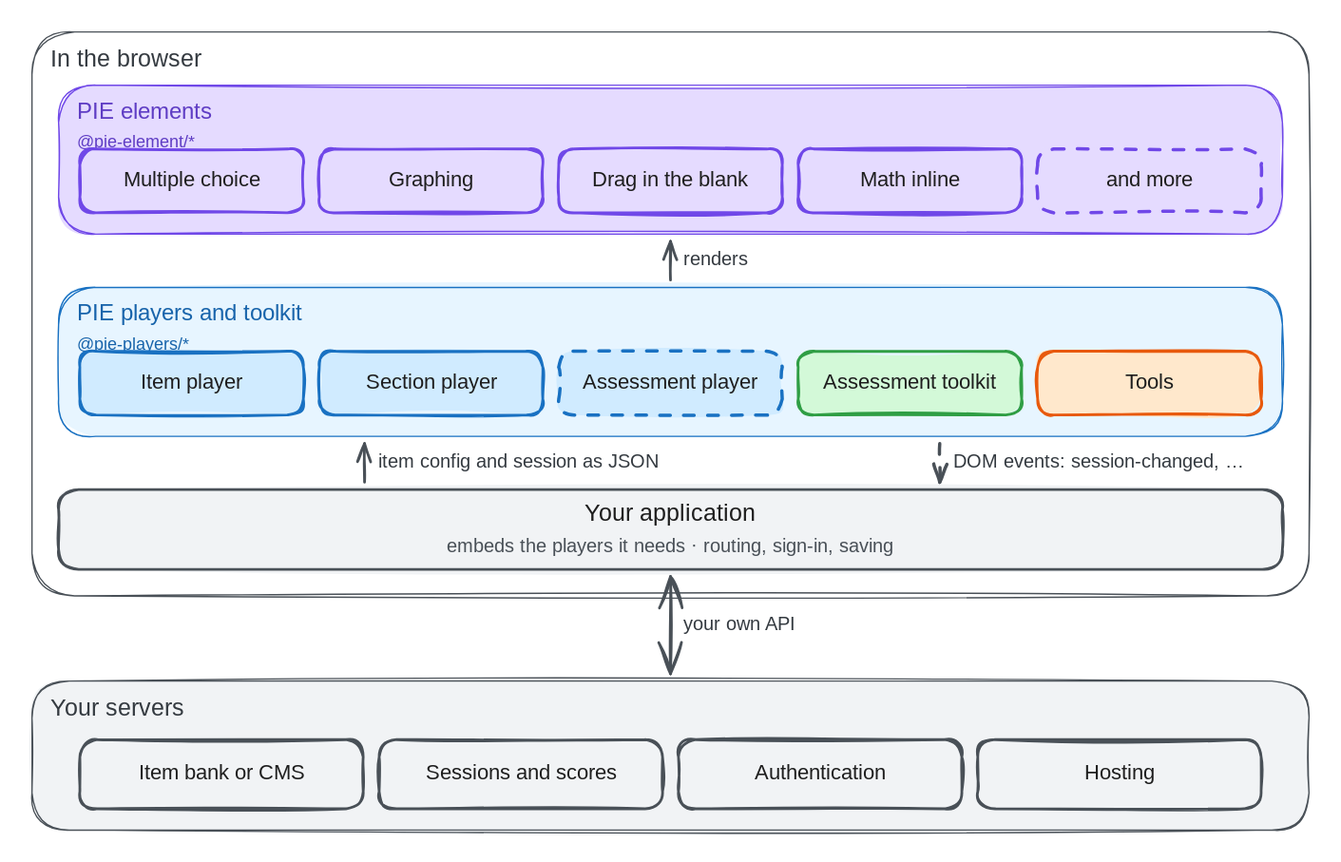
Above: packages/pie-website-app/static/images/diagrams/home-browser-backend.excalidraw.svg in pie-framework/pie-website-ng (Excalidraw), before the change. Source tidied: one line per element, renumbered; positions are measured from the earlier drawing's top-left corner, leaving out a move shared by most shapes.
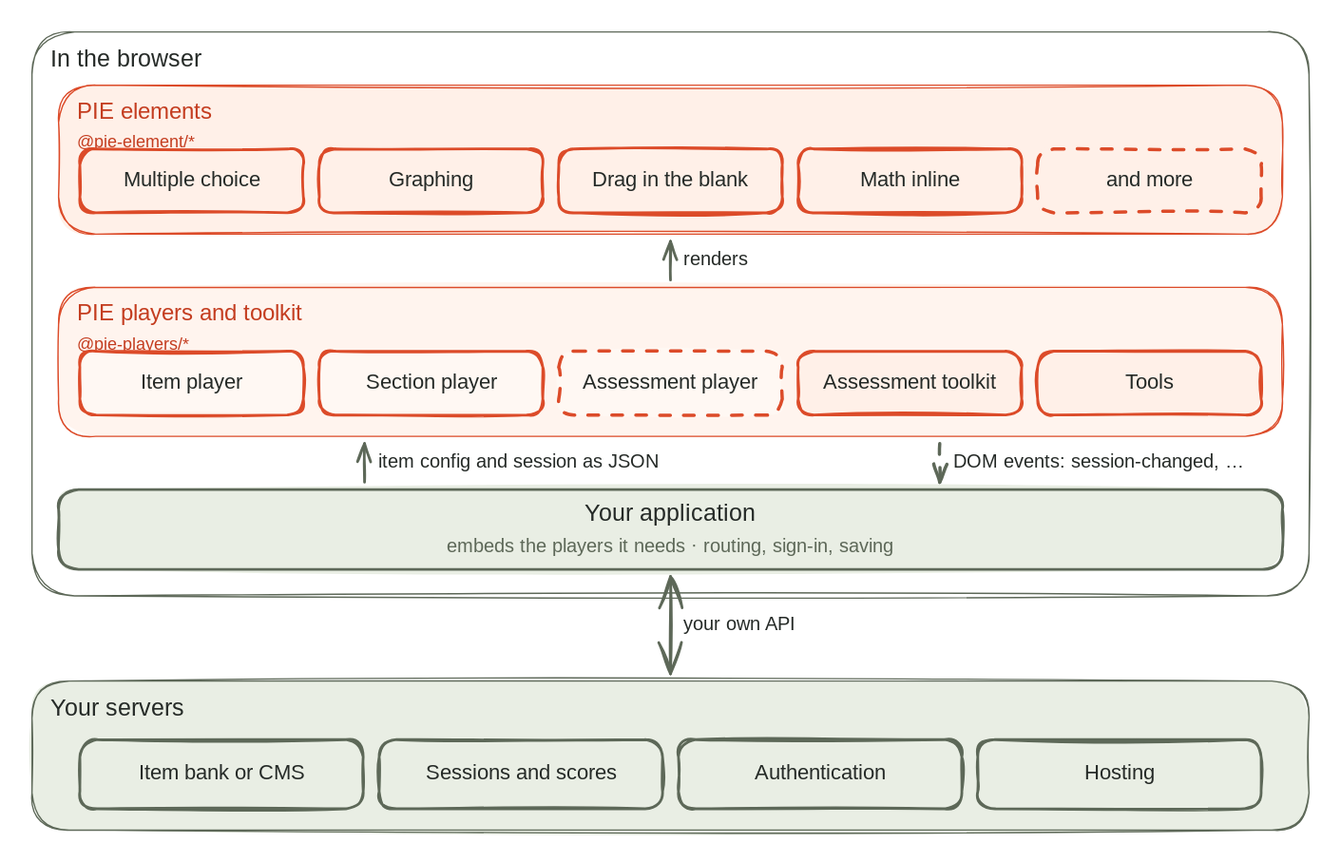
Later version of the same file.

Diff of the diagram source:
```diff
@@ -1,49 +1,49 @@
-{"id": 0, "type": "rectangle", "strokeColor": "#495057", "backgroundColor": "#ffffff", "fillStyle": "solid", "strokeWidth": 1, "roughness": 1, "round": true, "x": 0, "y": 0, "width": 960, "height": 424}
+{"id": 0, "type": "rectangle", "strokeColor": "#5d6858", "backgroundColor": "#ffffff", "fillStyle": "solid", "strokeWidth": 1, "roughness": 1, "round": true, "x": 0, "y": 0, "width": 960, "height": 424}
-{"id": 1, "type": "text", "text": "In the browser", "strokeColor": "#343a40", "strokeWidth": 2, "roughness": 1, "fontSize": 18, "fontFamily": 5, "x": 14, "y": 10, "width": 131, "height": 22}
+{"id": 1, "type": "text", "text": "In the browser", "strokeColor": "#252a27", "strokeWidth": 2, "roughness": 1, "fontSize": 18, "fontFamily": 5, "x": 14, "y": 10, "width": 131, "height": 22}
-{"id": 2, "type": "rectangle", "strokeColor": "#7048e8", "backgroundColor": "#e5dbff", "fillStyle": "solid", "strokeWidth": 1, "roughness": 1, "round": true, "x": 20, "y": 40, "width": 920, "height": 112}
+{"id": 2, "type": "rectangle", "strokeColor": "#dc4b29", "backgroundColor": "#fff0e8", "fillStyle": "solid", "strokeWidth": 1, "roughness": 1, "round": true, "x": 20, "y": 40, "width": 920, "height": 112}
-{"id": 3, "type": "text", "text": "PIE elements", "strokeColor": "#5f3dc4", "strokeWidth": 2, "roughness": 1, "fontSize": 17, "fontFamily": 5, "x": 34, "y": 50, "width": 110, "height": 21}
+{"id": 3, "type": "text", "text": "PIE elements", "strokeColor": "#c43d20", "strokeWidth": 2, "roughness": 1, "fontSize": 17, "fontFamily": 5, "x": 34, "y": 50, "width": 110, "height": 21}
-{"id": 4, "type": "text", "text": "@pie-element/*", "strokeColor": "#5f3dc4", "strokeWidth": 2, "roughness": 1, "fontSize": 13, "fontFamily": 8, "x": 34, "y": 75, "width": 100, "height": 16}
+{"id": 4, "type": "text", "text": "@pie-element/*", "strokeColor": "#c43d20", "strokeWidth": 2, "roughness": 1, "fontSize": 13, "fontFamily": 8, "x": 34, "y": 75, "width": 100, "height": 16}
-{"id": 5, "type": "rectangle", "strokeColor": "#1971c2", "backgroundColor": "#e7f5ff", "fillStyle": "solid", "strokeWidth": 1, "roughness": 1, "round": true, "x": 20, "y": 192, "width": 920, "height": 112}
+{"id": 5, "type": "rectangle", "strokeColor": "#dc4b29", "backgroundColor": "#fff4ee", "fillStyle": "solid", "strokeWidth": 1, "roughness": 1, "round": true, "x": 20, "y": 192, "width": 920, "height": 112}
-{"id": 6, "type": "text", "text": "PIE players and toolkit", "strokeColor": "#1864ab", "strokeWidth": 2, "roughness": 1, "fontSize": 17, "fontFamily": 5, "x": 34, "y": 202, "width": 196, "height": 21}
+{"id": 6, "type": "text", "text": "PIE players and toolkit", "strokeColor": "#c43d20", "strokeWidth": 2, "roughness": 1, "fontSize": 17, "fontFamily": 5, "x": 34, "y": 202, "width": 196, "height": 21}
-{"id": 7, "type": "text", "text": "@pie-players/*", "strokeColor": "#1864ab", "strokeWidth": 2, "roughness": 1, "fontSize": 13, "fontFamily": 8, "x": 34, "y": 227, "width": 100, "height": 16}
+{"id": 7, "type": "text", "text": "@pie-players/*", "strokeColor": "#c43d20", "strokeWidth": 2, "roughness": 1, "fontSize": 13, "fontFamily": 8, "x": 34, "y": 227, "width": 100, "height": 16}
-{"id": 8, "type": "rectangle", "strokeColor": "#495057", "backgroundColor": "#f1f3f5", "fillStyle": "solid", "strokeWidth": 1, "roughness": 1, "round": true, "x": 0, "y": 488, "width": 960, "height": 112}
+{"id": 8, "type": "rectangle", "strokeColor": "#5d6858", "backgroundColor": "#e9eee4", "fillStyle": "solid", "strokeWidth": 1, "roughness": 1, "round": true, "x": 0, "y": 488, "width": 960, "height": 112}
-{"id": 9, "type": "text", "text": "Your servers", "strokeColor": "#343a40", "strokeWidth": 2, "roughness": 1, "fontSize": 18, "fontFamily": 5, "x": 14, "y": 498, "width": 108, "height": 22}
+{"id": 9, "type": "text", "text": "Your servers", "strokeColor": "#252a27", "strokeWidth": 2, "roughness": 1, "fontSize": 18, "fontFamily": 5, "x": 14, "y": 498, "width": 108, "height": 22}
-{"id": 10, "type": "rectangle", "strokeColor": "#7048e8", "backgroundColor": "#e5dbff", "fillStyle": "solid", "strokeWidth": 2, "roughness": 1, "round": true, "x": 36, "y": 88, "width": 168, "height": 48}
+{"id": 10, "type": "rectangle", "strokeColor": "#dc4b29", "backgroundColor": "#fff0e8", "fillStyle": "solid", "strokeWidth": 2, "roughness": 1, "round": true, "x": 36, "y": 88, "width": 168, "height": 48}
-{"id": 11, "type": "text", "text": "Multiple choice", "strokeColor": "#1e1e1e", "strokeWidth": 2, "roughness": 1, "fontSize": 16, "fontFamily": 5, "textAlign": "center", "x": 64, "y": 102, "width": 112, "height": 20}
+{"id": 11, "type": "text", "text": "Multiple choice", "strokeColor": "#252a27", "strokeWidth": 2, "roughness": 1, "fontSize": 16, "fontFamily": 5, "textAlign": "center", "x": 64, "y": 102, "width": 112, "height": 20}
-{"id": 12, "type": "rectangle", "strokeColor": "#7048e8", "backgroundColor": "#e5dbff", "fillStyle": "solid", "strokeWidth": 2, "roughness": 1, "round": true, "x": 216, "y": 88, "width": 168, "height": 48}
+{"id": 12, "type": "rectangle", "strokeColor": "#dc4b29", "backgroundColor": "#fff0e8", "fillStyle": "solid", "strokeWidth": 2, "roughness": 1, "round": true, "x": 216, "y": 88, "width": 168, "height": 48}
-{"id": 13, "type": "text", "text": "Graphing", "strokeColor": "#1e1e1e", "strokeWidth": 2, "roughness": 1, "fontSize": 16, "fontFamily": 5, "textAlign": "center", "x": 267, "y": 102, "width": 67, "height": 20}
+{"id": 13, "type": "text", "text": "Graphing", "strokeColor": "#252a27", "strokeWidth": 2, "roughness": 1, "fontSize": 16, "fontFamily": 5, "textAlign": "center", "x": 267, "y": 102, "width": 67, "height": 20}
-{"id": 14, "type": "rectangle", "strokeColor": "#7048e8", "backgroundColor": "#e5dbff", "fillStyle": "solid", "strokeWidth": 2, "roughness": 1, "round": true, "x": 396, "y": 88, "width": 168, "height": 48}
+{"id": 14, "type": "rectangle", "strokeColor": "#dc4b29", "backgroundColor": "#fff0e8", "fillStyle": "solid", "strokeWidth": 2, "roughness": 1, "round": true, "x": 396, "y": 88, "width": 168, "height": 48}
-{"id": 15, "type": "text", "text": "Drag in the blank", "strokeColor": "#1e1e1e", "strokeWidth": 2, "roughness": 1, "fontSize": 16, "fontFamily": 5, "textAlign": "center", "x": 413, "y": 102, "width": 133, "height": 20}
+{"id": 15, "type": "text", "text": "Drag in the blank", "strokeColor": "#252a27", "strokeWidth": 2, "roughness": 1, "fontSize": 16, "fontFamily": 5, "textAlign": "center", "x": 413, "y": 102, "width": 133, "height": 20}
-{"id": 16, "type": "rectangle", "strokeColor": "#7048e8", "backgroundColor": "#e5dbff", "fillStyle": "solid", "strokeWidth": 2, "roughness": 1, "round": true, "x": 576, "y": 88, "width": 168, "height": 48}
+{"id": 16, "type": "rectangle", "strokeColor": "#dc4b29", "backgroundColor": "#fff0e8", "fillStyle": "solid", "strokeWidth": 2, "roughness": 1, "round": true, "x": 576, "y": 88, "width": 168, "height": 48}
-{"id": 17, "type": "text", "text": "Math inline", "strokeColor": "#1e1e1e", "strokeWidth": 2, "roughness": 1, "fontSize": 16, "fontFamily": 5, "textAlign": "center", "x": 619, "y": 102, "width": 83, "height": 20}
+{"id": 17, "type": "text", "text": "Math inline", "strokeColor": "#252a27", "strokeWidth": 2, "roughness": 1, "fontSize": 16, "fontFamily": 5, "textAlign": "center", "x": 619, "y": 102, "width": 83, "height": 20}
-{"id": 18, "type": "rectangle", "strokeColor": "#7048e8", "backgroundColor": "#e5dbff", "fillStyle": "solid", "strokeWidth": 2, "strokeStyle": "dashed", "roughness": 1, "round": true, "x": 756, "y": 88, "width": 168, "height": 48}
+{"id": 18, "type": "rectangle", "strokeColor": "#dc4b29", "backgroundColor": "#fff0e8", "fillStyle": "solid", "strokeWidth": 2, "strokeStyle": "dashed", "roughness": 1, "round": true, "x": 756, "y": 88, "width": 168, "height": 48}
-{"id": 19, "type": "text", "text": "and more", "strokeColor": "#1e1e1e", "strokeWidth": 2, "roughness": 1, "fontSize": 16, "fontFamily": 5, "textAlign": "center", "x": 806, "y": 102, "width": 69, "height": 20}
+{"id": 19, "type": "text", "text": "and more", "strokeColor": "#252a27", "strokeWidth": 2, "roughness": 1, "fontSize": 16, "fontFamily": 5, "textAlign": "center", "x": 806, "y": 102, "width": 69, "height": 20}
-{"id": 20, "type": "rectangle", "strokeColor": "#1971c2", "backgroundColor": "#d0ebff", "fillStyle": "solid", "strokeWidth": 2, "roughness": 1, "round": true, "x": 36, "y": 240, "width": 168, "height": 48}
+{"id": 20, "type": "rectangle", "strokeColor": "#dc4b29", "backgroundColor": "#fff8f3", "fillStyle": "solid", "strokeWidth": 2, "roughness": 1, "round": true, "x": 36, "y": 240, "width": 168, "height": 48}
-{"id": 21, "type": "text", "text": "Item player", "strokeColor": "#1e1e1e", "strokeWidth": 2, "roughness": 1, "fontSize": 16, "fontFamily": 5, "textAlign": "center", "x": 76, "y": 254, "width": 88, "height": 20}
+{"id": 21, "type": "text", "text": "Item player", "strokeColor": "#252a27", "strokeWidth": 2, "roughness": 1, "fontSize": 16, "fontFamily": 5, "textAlign": "center", "x": 76, "y": 254, "width": 88, "height": 20}
-{"id": 22, "type": "rectangle", "strokeColor": "#1971c2", "backgroundColor": "#d0ebff", "fillStyle": "solid", "strokeWidth": 2, "roughness": 1, "round": true, "x": 216, "y": 240, "width": 168, "height": 48}
+{"id": 22, "type": "rectangle", "strokeColor": "#dc4b29", "backgroundColor": "#fff8f3", "fillStyle": "solid", "strokeWidth": 2, "roughness": 1, "round": true, "x": 216, "y": 240, "width": 168, "height": 48}
-{"id": 23, "type": "text", "text": "Section player", "strokeColor": "#1e1e1e", "strokeWidth": 2, "roughness": 1, "fontSize": 16, "fontFamily": 5, "textAlign": "center", "x": 246, "y": 254, "width": 109, "height": 20}
+{"id": 23, "type": "text", "text": "Section player", "strokeColor": "#252a27", "strokeWidth": 2, "roughness": 1, "fontSize": 16, "fontFamily": 5, "textAlign": "center", "x": 246, "y": 254, "width": 109, "height": 20}
-{"id": 24, "type": "rectangle", "strokeColor": "#1971c2", "backgroundColor": "#d0ebff", "fillStyle": "solid", "strokeWidth": 2, "strokeStyle": "dashed", "roughness": 1, "round": true, "x": 396, "y": 240, "width": 168, "height": 48}
+{"id": 24, "type": "rectangle", "strokeColor": "#dc4b29", "backgroundColor": "#fff8f3", "fillStyle": "solid", "strokeWidth": 2, "strokeStyle": "dashed", "roughness": 1, "round": true, "x": 396, "y": 240, "width": 168, "height": 48}
-{"id": 25, "type": "text", "text": "Assessment player", "strokeColor": "#1e1e1e", "strokeWidth": 2, "roughness": 1, "fontSize": 16, "fontFamily": 5, "textAlign": "center", "x": 409, "y": 254, "width": 142, "height": 20}
+{"id": 25, "type": "text", "text": "Assessment player", "strokeColor": "#252a27", "strokeWidth": 2, "roughness": 1, "fontSize": 16, "fontFamily": 5, "textAlign": "center", "x": 409, "y": 254, "width": 142, "height": 20}
-{"id": 26, "type": "rectangle", "strokeColor": "#2f9e44", "backgroundColor": "#d3f9d8", "fillStyle": "solid", "strokeWidth": 2, "roughness": 1, "round": true, "x": 576, "y": 240, "width": 168, "height": 48}
+{"id": 26, "type": "rectangle", "strokeColor": "#dc4b29", "backgroundColor": "#fff0e8", "fillStyle": "solid", "strokeWidth": 2, "roughness": 1, "round": true, "x": 576, "y": 240, "width": 168, "height": 48}
-{"id": 27, "type": "text", "text": "Assessment toolkit", "strokeColor": "#1e1e1e", "strokeWidth": 2, "roughness": 1, "fontSize": 16, "fontFamily": 5, "textAlign": "center", "x": 585, "y": 254, "width": 150, "height": 20}
+{"id": 27, "type": "text", "text": "Assessment toolkit", "strokeColor": "#252a27", "strokeWidth": 2, "roughness": 1, "fontSize": 16, "fontFamily": 5, "textAlign": "center", "x": 585, "y": 254, "width": 150, "height": 20}
-{"id": 28, "type": "rectangle", "strokeColor": "#e8590c", "backgroundColor": "#ffe8cc", "fillStyle": "solid", "strokeWidth": 2, "roughness": 1, "round": true, "x": 756, "y": 240, "width": 168, "height": 48}
+{"id": 28, "type": "rectangle", "strokeColor": "#dc4b29", "backgroundColor": "#fff0e8", "fillStyle": "solid", "strokeWidth": 2, "roughness": 1, "round": true, "x": 756, "y": 240, "width": 168, "height": 48}
-{"id": 29, "type": "text", "text": "Tools", "strokeColor": "#1e1e1e", "strokeWidth": 2, "roughness": 1, "fontSize": 16, "fontFamily": 5, "textAlign": "center", "x": 818, "y": 254, "width": 44, "height": 20}
+{"id": 29, "type": "text", "text": "Tools", "strokeColor": "#252a27", "strokeWidth": 2, "roughness": 1, "fontSize": 16, "fontFamily": 5, "textAlign": "center", "x": 818, "y": 254, "width": 44, "height": 20}
-{"id": 30, "type": "rectangle", "strokeColor": "#495057", "backgroundColor": "#f1f3f5", "fillStyle": "solid", "strokeWidth": 2, "roughness": 1, "round": true, "x": 20, "y": 344, "width": 920, "height": 60}
+{"id": 30, "type": "rectangle", "strokeColor": "#5d6858", "backgroundColor": "#e9eee4", "fillStyle": "solid", "strokeWidth": 2, "roughness": 1, "round": true, "x": 20, "y": 344, "width": 920, "height": 60}
-{"id": 31, "type": "text", "text": "Your application", "strokeColor": "#1e1e1e", "strokeWidth": 2, "roughness": 1, "fontSize": 18, "fontFamily": 5, "textAlign": "center", "x": 412, "y": 352, "width": 137, "height": 22}
+{"id": 31, "type": "text", "text": "Your application", "strokeColor": "#252a27", "strokeWidth": 2, "roughness": 1, "fontSize": 18, "fontFamily": 5, "textAlign": "center", "x": 412, "y": 352, "width": 137, "height": 22}
-{"id": 32, "type": "text", "text": "embeds the players it needs · routing, sign-in, saving", "strokeColor": "#495057", "strokeWidth": 2, "roughness": 1, "fontSize": 14, "fontFamily": 5, "textAlign": "center", "x": 302, "y": 378, "width": 355, "height": 18}
+{"id": 32, "type": "text", "text": "embeds the players it needs · routing, sign-in, saving", "strokeColor": "#5d6858", "strokeWidth": 2, "roughness": 1, "fontSize": 14, "fontFamily": 5, "textAlign": "center", "x": 302, "y": 378, "width": 355, "height": 18}
-{"id": 33, "type": "rectangle", "strokeColor": "#495057", "backgroundColor": "#f1f3f5", "fillStyle": "solid", "strokeWidth": 2, "roughness": 1, "round": true, "x": 36, "y": 532, "width": 213, "height": 52}
+{"id": 33, "type": "rectangle", "strokeColor": "#5d6858", "backgroundColor": "#e9eee4", "fillStyle": "solid", "strokeWidth": 2, "roughness": 1, "round": true, "x": 36, "y": 532, "width": 213, "height": 52}
-{"id": 34, "type": "text", "text": "Item bank or CMS", "strokeColor": "#1e1e1e", "strokeWidth": 2, "roughness": 1, "fontSize": 16, "fontFamily": 5, "textAlign": "center", "x": 73, "y": 548, "width": 139, "height": 20}
+{"id": 34, "type": "text", "text": "Item bank or CMS", "strokeColor": "#252a27", "strokeWidth": 2, "roughness": 1, "fontSize": 16, "fontFamily": 5, "textAlign": "center", "x": 73, "y": 548, "width": 139, "height": 20}
-{"id": 35, "type": "rectangle", "strokeColor": "#495057", "backgroundColor": "#f1f3f5", "fillStyle": "solid", "strokeWidth": 2, "roughness": 1, "round": true, "x": 261, "y": 532, "width": 213, "height": 52}
+{"id": 35, "type": "rectangle", "strokeColor": "#5d6858", "backgroundColor": "#e9eee4", "fillStyle": "solid", "strokeWidth": 2, "roughness": 1, "round": true, "x": 261, "y": 532, "width": 213, "height": 52}
-{"id": 36, "type": "text", "text": "Sessions and scores", "strokeColor": "#1e1e1e", "strokeWidth": 2, "roughness": 1, "fontSize": 16, "fontFamily": 5, "textAlign": "center", "x": 289, "y": 548, "width": 157, "height": 20}
+{"id": 36, "type": "text", "text": "Sessions and scores", "strokeColor": "#252a27", "strokeWidth": 2, "roughness": 1, "fontSize": 16, "fontFamily": 5, "textAlign": "center", "x": 289, "y": 548, "width": 157, "height": 20}
-{"id": 37, "type": "rectangle", "strokeColor": "#495057", "backgroundColor": "#f1f3f5", "fillStyle": "solid", "strokeWidth": 2, "roughness": 1, "round": true, "x": 486, "y": 532, "width": 213, "height": 52}
+{"id": 37, "type": "rectangle", "strokeColor": "#5d6858", "backgroundColor": "#e9eee4", "fillStyle": "solid", "strokeWidth": 2, "roughness": 1, "round": true, "x": 486, "y": 532, "width": 213, "height": 52}
-{"id": 38, "type": "text", "text": "Authentication", "strokeColor": "#1e1e1e", "strokeWidth": 2, "roughness": 1, "fontSize": 16, "fontFamily": 5, "textAlign": "center", "x": 535, "y": 548, "width": 115, "height": 20}
+{"id": 38, "type": "text", "text": "Authentication", "strokeColor": "#252a27", "strokeWidth": 2, "roughness": 1, "fontSize": 16, "fontFamily": 5, "textAlign": "center", "x": 535, "y": 548, "width": 115, "height": 20}
-{"id": 39, "type": "rectangle", "strokeColor": "#495057", "backgroundColor": "#f1f3f5", "fillStyle": "solid", "strokeWidth": 2, "roughness": 1, "round": true, "x": 711, "y": 532, "width": 213, "height": 52}
+{"id": 39, "type": "rectangle", "strokeColor": "#5d6858", "backgroundColor": "#e9eee4", "fillStyle": "solid", "strokeWidth": 2, "roughness": 1, "round": true, "x": 711, "y": 532, "width": 213, "height": 52}
-{"id": 40, "type": "text", "text": "Hosting", "strokeColor": "#1e1e1e", "strokeWidth": 2, "roughness": 1, "fontSize": 16, "fontFamily": 5, "textAlign": "center", "x": 789, "y": 548, "width": 58, "height": 20}
+{"id": 40, "type": "text", "text": "Hosting", "strokeColor": "#252a27", "strokeWidth": 2, "roughness": 1, "fontSize": 16, "fontFamily": 5, "textAlign": "center", "x": 789, "y": 548, "width": 58, "height": 20}
-{"id": 41, "type": "arrow", "strokeColor": "#495057", "strokeWidth": 2, "roughness": 1, "endArrowhead": "arrow", "from": 5, "to": 2, "x": 480, "y": 186, "width": 0, "height": 29, "points": [[0, 0], [0, -29]]}
+{"id": 41, "type": "arrow", "strokeColor": "#5d6858", "strokeWidth": 2, "roughness": 1, "endArrowhead": "arrow", "from": 5, "to": 2, "x": 480, "y": 186, "width": 0, "height": 29, "points": [[0, 0], [0, -29]]}
-{"id": 42, "type": "text", "text": "renders", "strokeColor": "#343a40", "strokeWidth": 2, "roughness": 1, "fontSize": 14, "fontFamily": 5, "x": 490, "y": 163, "width": 50, "height": 18}
+{"id": 42, "type": "text", "text": "renders", "strokeColor": "#252a27", "strokeWidth": 2, "roughness": 1, "fontSize": 14, "fontFamily": 5, "x": 490, "y": 163, "width": 50, "height": 18}
-{"id": 43, "type": "arrow", "strokeColor": "#495057", "strokeWidth": 2, "roughness": 1, "endArrowhead": "arrow", "from": 30, "to": 5, "x": 250, "y": 338, "width": 0, "height": 29, "points": [[0, 0], [0, -29]]}
+{"id": 43, "type": "arrow", "strokeColor": "#5d6858", "strokeWidth": 2, "roughness": 1, "endArrowhead": "arrow", "from": 30, "to": 5, "x": 250, "y": 338, "width": 0, "height": 29, "points": [[0, 0], [0, -29]]}
-{"id": 44, "type": "text", "text": "item config and session as JSON", "strokeColor": "#343a40", "strokeWidth": 2, "roughness": 1, "fontSize": 14, "fontFamily": 5, "x": 260, "y": 315, "width": 222, "height": 18}
+{"id": 44, "type": "text", "text": "item config and session as JSON", "strokeColor": "#252a27", "strokeWidth": 2, "roughness": 1, "fontSize": 14, "fontFamily": 5, "x": 260, "y": 315, "width": 222, "height": 18}
-{"id": 45, "type": "arrow", "strokeColor": "#495057", "strokeWidth": 2, "strokeStyle": "dashed", "roughness": 1, "endArrowhead": "arrow", "from": 5, "to": 30, "x": 682, "y": 310, "width": 0, "height": 29, "points": [[0, 0], [0, 29]]}
+{"id": 45, "type": "arrow", "strokeColor": "#5d6858", "strokeWidth": 2, "strokeStyle": "dashed", "roughness": 1, "endArrowhead": "arrow", "from": 5, "to": 30, "x": 682, "y": 310, "width": 0, "height": 29, "points": [[0, 0], [0, 29]]}
-{"id": 46, "type": "text", "text": "DOM events: session-changed, …", "strokeColor": "#343a40", "strokeWidth": 2, "roughness": 1, "fontSize": 14, "fontFamily": 5, "x": 692, "y": 315, "width": 221, "height": 18}
+{"id": 46, "type": "text", "text": "DOM events: session-changed, …", "strokeColor": "#252a27", "strokeWidth": 2, "roughness": 1, "fontSize": 14, "fontFamily": 5, "x": 692, "y": 315, "width": 221, "height": 18}
-{"id": 47, "type": "arrow", "strokeColor": "#495057", "strokeWidth": 2, "roughness": 1, "startArrowhead": "arrow", "endArrowhead": "arrow", "from": 30, "to": 8, "x": 480, "y": 410, "width": 0, "height": 73, "points": [[0, 0], [0, 73]]}
+{"id": 47, "type": "arrow", "strokeColor": "#5d6858", "strokeWidth": 2, "roughness": 1, "startArrowhead": "arrow", "endArrowhead": "arrow", "from": 30, "to": 8, "x": 480, "y": 410, "width": 0, "height": 73, "points": [[0, 0], [0, 73]]}
-{"id": 48, "type": "text", "text": "your own API", "strokeColor": "#343a40", "strokeWidth": 2, "roughness": 1, "fontSize": 14, "fontFamily": 5, "x": 490, "y": 437, "width": 93, "height": 18}
+{"id": 48, "type": "text", "text": "your own API", "strokeColor": "#252a27", "strokeWidth": 2, "roughness": 1, "fontSize": 14, "fontFamily": 5, "x": 490, "y": 437, "width": 93, "height": 18}
```
